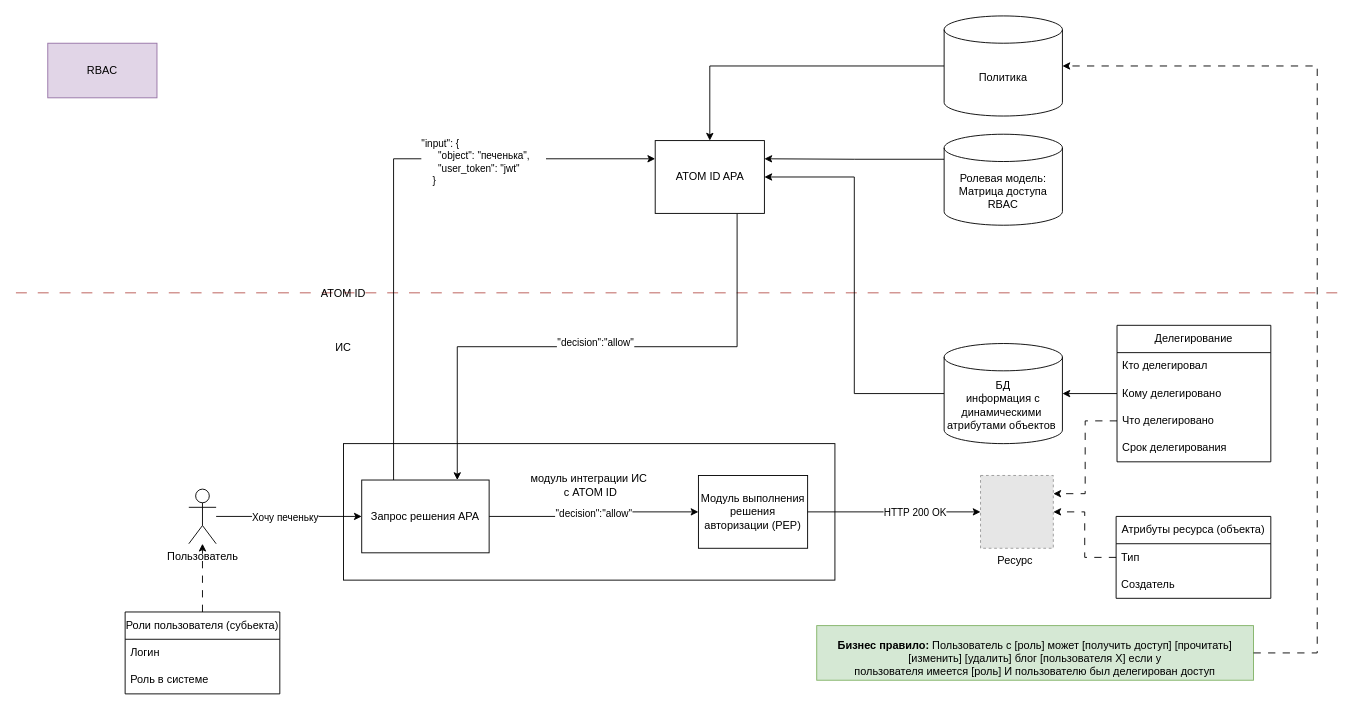
The draw.io diagram page "АРХ.AUTHZ.RBAC2" (2 of 5) of AppSec/Арх.паттерны.drawio in FIR-UIII/notes, before the edit. Source tidied: cells renumbered, new cells numbered last; positions are measured from the earlier drawing's top-left corner, leaving out a move shared by most shapes. Both pictures are drawn from the tidied source at 91%, with x=0, y=0 at pixel (15, 15). Pictures stored in the file or linked from it are replaced by grey dashed boxes.
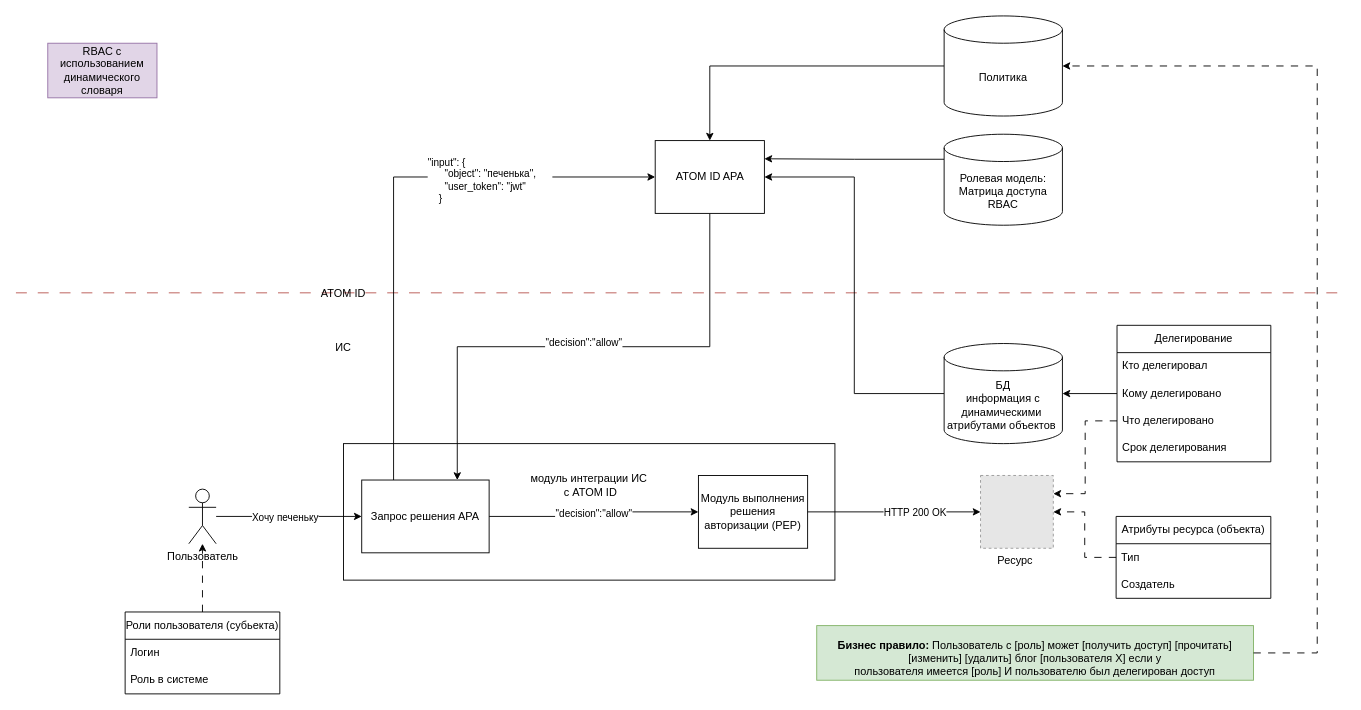
Above is the later version.

The change refers to these unchanged cells:
```xml
<mxCell id="10" value="ATOM ID APA" style="rounded=0;whiteSpace=wrap;html=1;" parent="1" vertex="1">
  <mxGeometry x="702.5" y="137" width="120" height="80" as="geometry" />
</mxCell>
<mxCell id="24" value="Запрос решения APA" style="rounded=0;whiteSpace=wrap;html=1;" parent="1" vertex="1">
  <mxGeometry x="380" y="510" width="140" height="80" as="geometry" />
</mxCell>
```

The edit, as a diff of the source:
```diff
@@
-    <mxCell id="4" style="edgeStyle=orthogonalEdgeStyle;rounded=0;jettySize=auto;html=1;entryX=0;entryY=0.25;entryDx=0;entryDy=0;exitX=0.25;exitY=0;exitDx=0;exitDy=0;" parent="1" edge="1" source="24" target="10">
+    <mxCell id="4" style="edgeStyle=orthogonalEdgeStyle;rounded=0;jettySize=auto;html=1;entryX=0;entryY=0.5;entryDx=0;entryDy=0;exitX=0.25;exitY=0;exitDx=0;exitDy=0;" parent="1" edge="1" source="24" target="10">
       <mxGeometry relative="1" as="geometry" />
     </mxCell>
@@
-    <mxCell id="8" style="edgeStyle=orthogonalEdgeStyle;rounded=0;jettySize=auto;html=1;exitX=0.75;exitY=1;exitDx=0;exitDy=0;entryX=0.75;entryY=0;entryDx=0;entryDy=0;" parent="1" edge="1" source="10" target="24">
+    <mxCell id="8" style="edgeStyle=orthogonalEdgeStyle;rounded=0;jettySize=auto;html=1;exitX=0.5;exitY=1;exitDx=0;exitDy=0;entryX=0.75;entryY=0;entryDx=0;entryDy=0;" parent="1" edge="1" source="10" target="24">
       <mxGeometry relative="1" as="geometry" />
     </mxCell>
@@
-    <mxCell id="27" value="RBAC" style="rounded=0;whiteSpace=wrap;html=1;fillColor=#e1d5e7;strokeColor=#9673a6;" parent="1" vertex="1">
+    <mxCell id="27" value="RBAC с использованием динамического словаря" style="rounded=0;whiteSpace=wrap;html=1;fillColor=#e1d5e7;strokeColor=#9673a6;" parent="1" vertex="1">
       <mxGeometry x="35" y="30" width="120" height="60" as="geometry" />
     </mxCell>
```
